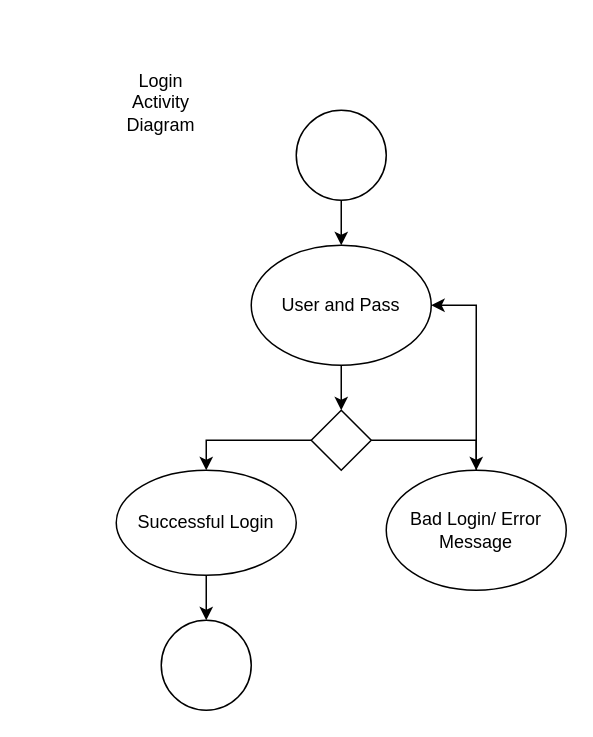
This is loginactivitydiagram.drawio from Glizzus/COMP-3700, a draw.io file, before an edit. Source tidied: cells renumbered, new cells numbered last; positions are measured from the earlier drawing's top-left corner, leaving out a move shared by most shapes. Both pictures are drawn from the tidied source at 150%, with x=0, y=0 at pixel (116, 80).
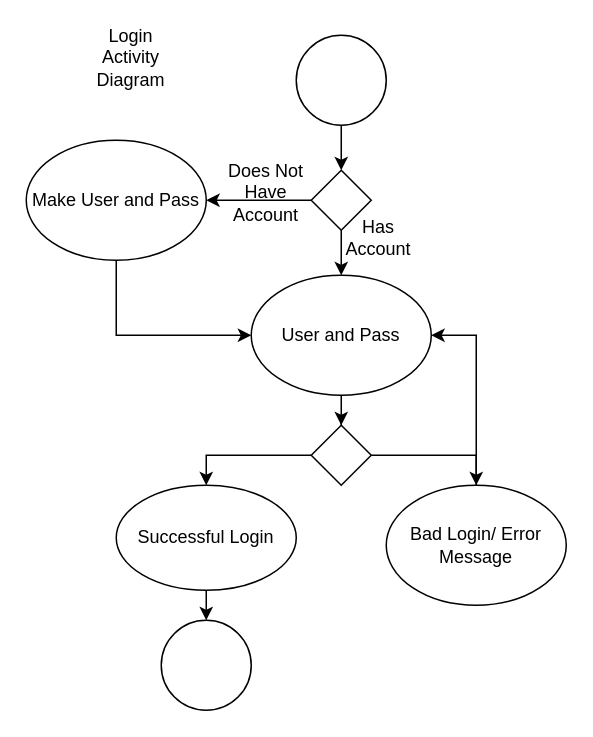
The same diagram, later.

Commit message:
Added Correct Login Activity Diagram

What changed in the source:
```diff
@@
-    <mxCell id="2" style="edgeStyle=orthogonalEdgeStyle;rounded=0;jettySize=auto;html=1;" parent="1" edge="1" source="3" target="6">
-      <mxGeometry relative="1" as="geometry" />
-    </mxCell>
+    <mxCell id="15" style="edgeStyle=orthogonalEdgeStyle;rounded=0;jettySize=auto;html=1;" parent="1" edge="1" source="3" target="18">
+      <mxGeometry relative="1" as="geometry" />
+    </mxCell>
     <mxCell id="3" style="ellipse;whiteSpace=wrap;html=1;" parent="1" vertex="1">
-      <mxGeometry x="120" y="20" width="60" height="60" as="geometry" />
+      <mxGeometry x="120" y="-30" width="60" height="60" as="geometry" />
     </mxCell>
     <mxCell id="4" value="Login Activity Diagram" style="text;html=1;strokeColor=none;fillColor=none;align=center;verticalAlign=middle;whiteSpace=wrap;rounded=0;" parent="1" vertex="1">
-      <mxGeometry width="60" height="30" as="geometry" />
+      <mxGeometry x="-20" y="-30" width="60" height="30" as="geometry" />
     </mxCell>
@@
     <mxCell id="6" value="User and Pass" style="ellipse;whiteSpace=wrap;html=1;" parent="1" vertex="1">
-      <mxGeometry x="90" y="110" width="120" height="80" as="geometry" />
+      <mxGeometry x="90" y="130" width="120" height="80" as="geometry" />
     </mxCell>
@@
     <mxCell id="8" value="Successful Login" style="ellipse;whiteSpace=wrap;html=1;" parent="1" vertex="1">
-      <mxGeometry y="260" width="120" height="70" as="geometry" />
+      <mxGeometry y="270" width="120" height="70" as="geometry" />
     </mxCell>
@@
     <mxCell id="10" value="Bad Login/ Error Message" style="ellipse;whiteSpace=wrap;html=1;" parent="1" vertex="1">
-      <mxGeometry x="180" y="260" width="120" height="80" as="geometry" />
+      <mxGeometry x="180" y="270" width="120" height="80" as="geometry" />
     </mxCell>
@@
     <mxCell id="13" style="rhombus;whiteSpace=wrap;html=1;" parent="1" vertex="1">
-      <mxGeometry x="130" y="220" width="40" height="40" as="geometry" />
+      <mxGeometry x="130" y="230" width="40" height="40" as="geometry" />
     </mxCell>
@@
+    <mxCell id="16" style="edgeStyle=orthogonalEdgeStyle;rounded=0;jettySize=auto;html=1;" parent="1" edge="1" source="18" target="6">
+      <mxGeometry relative="1" as="geometry" />
+    </mxCell>
+    <mxCell id="17" style="edgeStyle=orthogonalEdgeStyle;rounded=0;jettySize=auto;html=1;" parent="1" edge="1" source="18">
+      <mxGeometry relative="1" as="geometry">
+        <mxPoint x="60" y="80" as="targetPoint" />
+      </mxGeometry>
+    </mxCell>
+    <mxCell id="18" style="rhombus;whiteSpace=wrap;html=1;" parent="1" vertex="1">
+      <mxGeometry x="130" y="60" width="40" height="40" as="geometry" />
+    </mxCell>
+    <mxCell id="19" value="Has Account" style="text;html=1;strokeColor=none;fillColor=none;align=center;verticalAlign=middle;whiteSpace=wrap;rounded=0;" parent="1" vertex="1">
+      <mxGeometry x="145" y="90" width="60" height="30" as="geometry" />
+    </mxCell>
+    <mxCell id="20" value="Does Not Have Account" style="text;html=1;strokeColor=none;fillColor=none;align=center;verticalAlign=middle;whiteSpace=wrap;rounded=0;" parent="1" vertex="1">
+      <mxGeometry x="70" y="60" width="60" height="30" as="geometry" />
+    </mxCell>
+    <mxCell id="21" style="edgeStyle=orthogonalEdgeStyle;rounded=0;jettySize=auto;html=1;exitX=0.5;exitY=1;exitDx=0;exitDy=0;entryX=0;entryY=0.5;entryDx=0;entryDy=0;" parent="1" edge="1" source="22" target="6">
+      <mxGeometry relative="1" as="geometry" />
+    </mxCell>
+    <mxCell id="22" value="Make User and Pass" style="ellipse;whiteSpace=wrap;html=1;" parent="1" vertex="1">
+      <mxGeometry x="-60" y="40" width="120" height="80" as="geometry" />
+    </mxCell>
```
